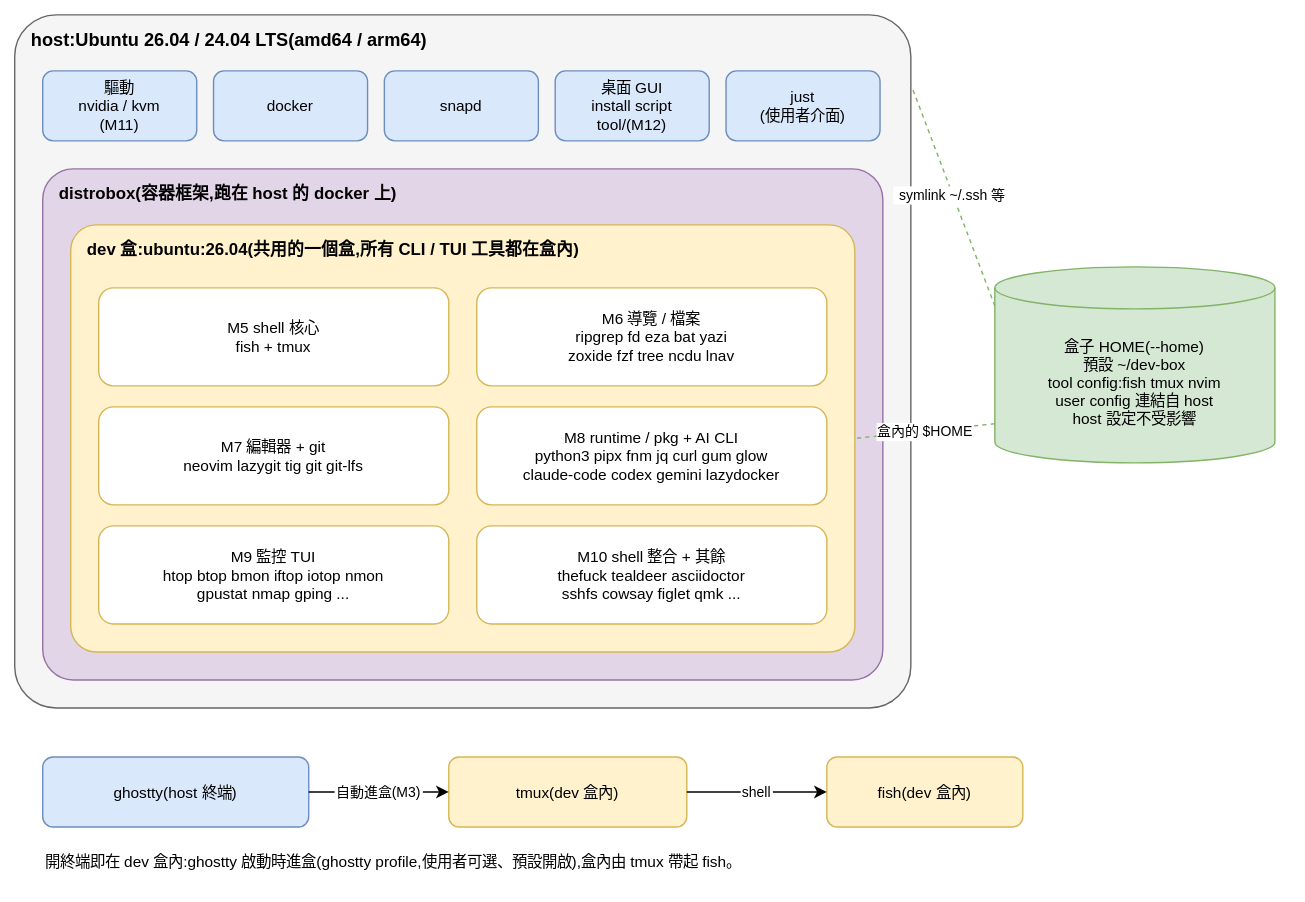
This is doc/diagram/architecture.drawio.svg from ycpss91255/worktool, a draw.io export, as it was before one commit. Source tidied: cells renumbered, new cells last; positions are measured from the earlier drawing's top-left corner, leaving out a move shared by most shapes.
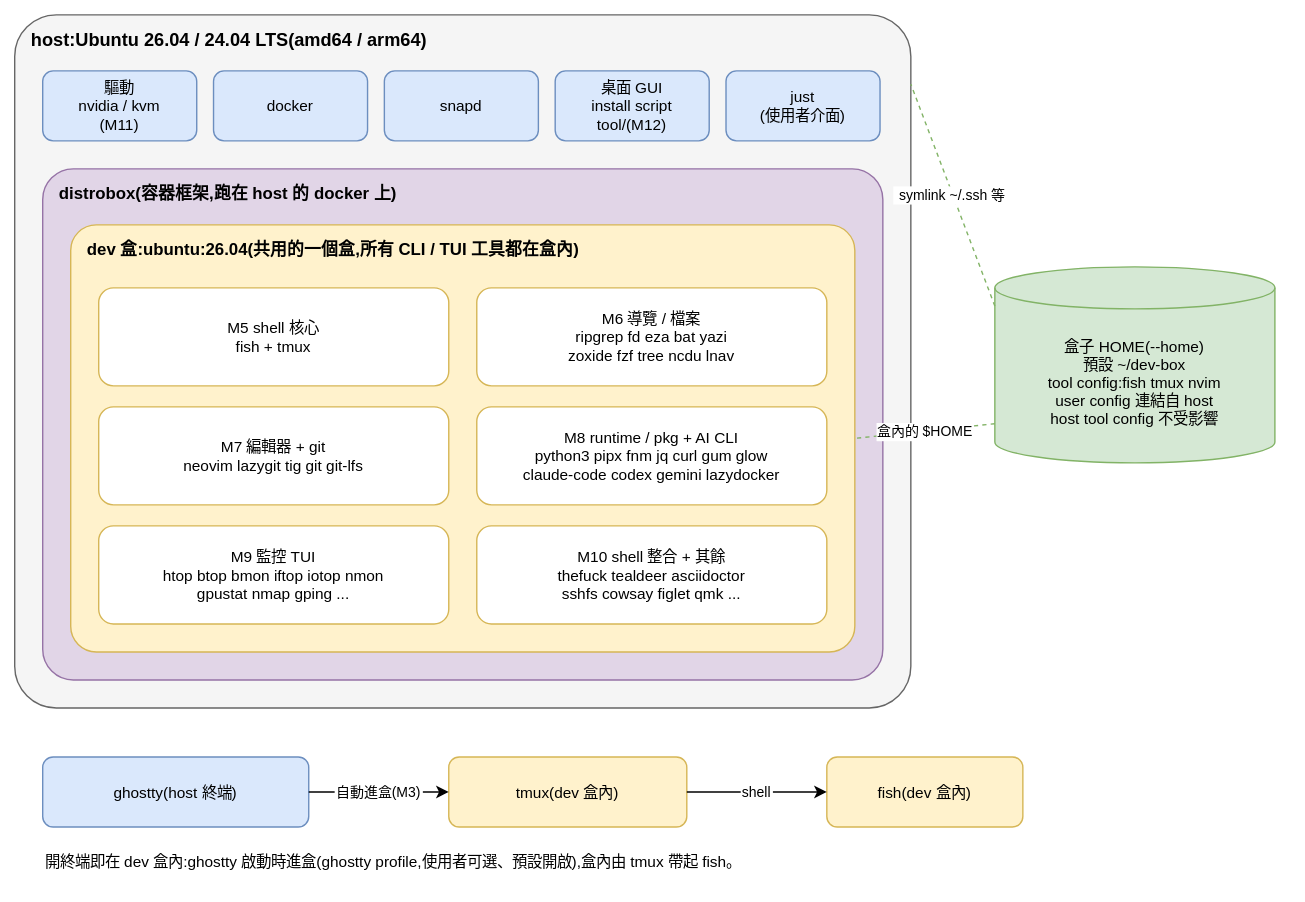
The same diagram one commit later.

Commit message:
fix(adr): scope the HOME cell's unaffected claim to host tool config (codex round 2)

User config is symlinked from the host (ADR 0002 decision 3), so editing
it inside the box does change the host's copy; "host 設定不受影響" was
wrong. The HOME cell now says "host tool config 不受影響", and the spec
rejects the old line both on the real diagram and in a fixture cell.

Change to the diagram source:
```diff
@@ -44,7 +44,7 @@
     <mxCell id="15" value="M10 shell 整合 + 其餘&#10;thefuck tealdeer asciidoctor&#10;sshfs cowsay figlet qmk ..." style="rounded=1;fillColor=#ffffff;strokeColor=#d6b656;fontSize=11;" parent="1" vertex="1">
       <mxGeometry x="330" y="365" width="250" height="70" as="geometry" />
     </mxCell>
-    <mxCell id="16" value="盒子 HOME(--home)&#10;預設 ~/dev-box&#10;tool config:fish tmux nvim&#10;user config 連結自 host&#10;host 設定不受影響" style="shape=cylinder3;boundedLbl=1;backgroundOutline=1;size=15;fillColor=#d5e8d4;strokeColor=#82b366;fontSize=11;" parent="1" vertex="1">
+    <mxCell id="16" value="盒子 HOME(--home)&#10;預設 ~/dev-box&#10;tool config:fish tmux nvim&#10;user config 連結自 host&#10;host tool config 不受影響" style="shape=cylinder3;boundedLbl=1;backgroundOutline=1;size=15;fillColor=#d5e8d4;strokeColor=#82b366;fontSize=11;" parent="1" vertex="1">
       <mxGeometry x="700" y="180" width="200" height="140" as="geometry" />
     </mxCell>
     <mxCell id="17" value="symlink ~/.ssh 等" style="dashed=1;endArrow=none;startArrow=none;fontSize=10;exitX=0;exitY=0.2;exitDx=0;exitDy=0;entryX=1;entryY=0.1;entryDx=0;entryDy=0;strokeColor=#82b366;" parent="1" edge="1" source="16" target="2">
```
